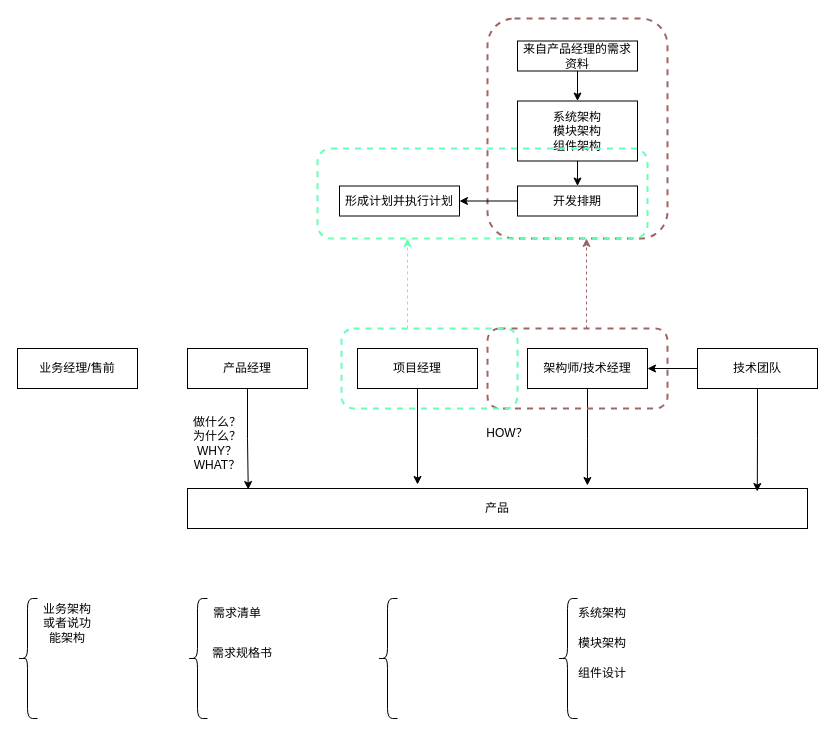
Earlier version of the draw.io diagram 01_系统架构/01_互联网架构.drawio (HongxGe/XXXX). Source tidied: cells renumbered, new cells numbered last; positions are measured from the earlier drawing's top-left corner, leaving out a move shared by most shapes. Both pictures are drawn from the tidied source at 100%, with x=0, y=0 at pixel (17, 18).
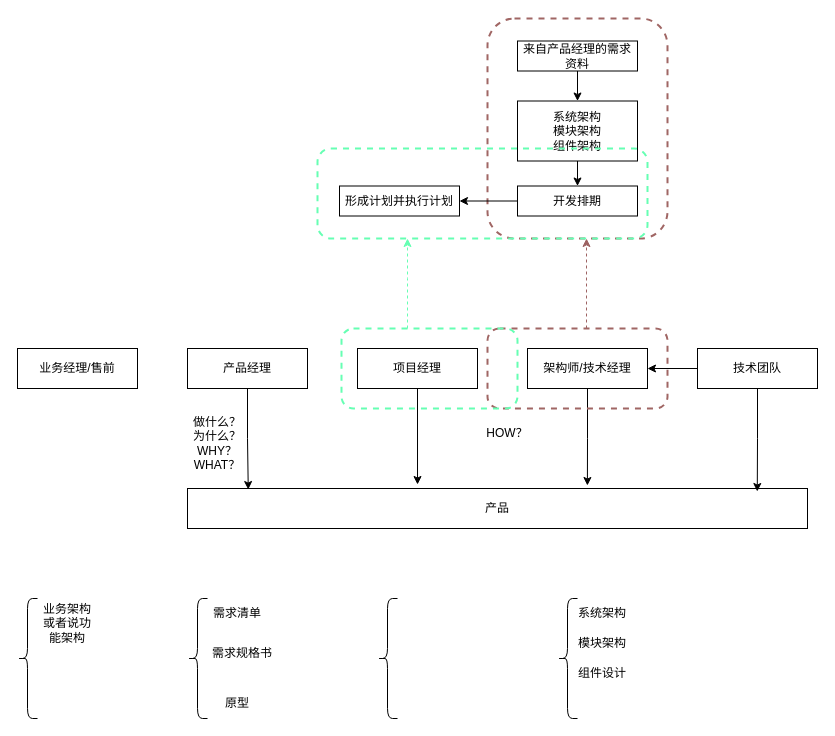
The same page after the edit.

Commit message:
更新01_互联网架构.drawio feat 产品经理 原型

What changed in the source:
```diff
@@
+    <mxCell id="38" value="原型" style="text;html=1;align=center;verticalAlign=middle;whiteSpace=wrap;rounded=0;" parent="1" vertex="1">
+      <mxGeometry x="190" y="670" width="60" height="30" as="geometry" />
+    </mxCell>
```
